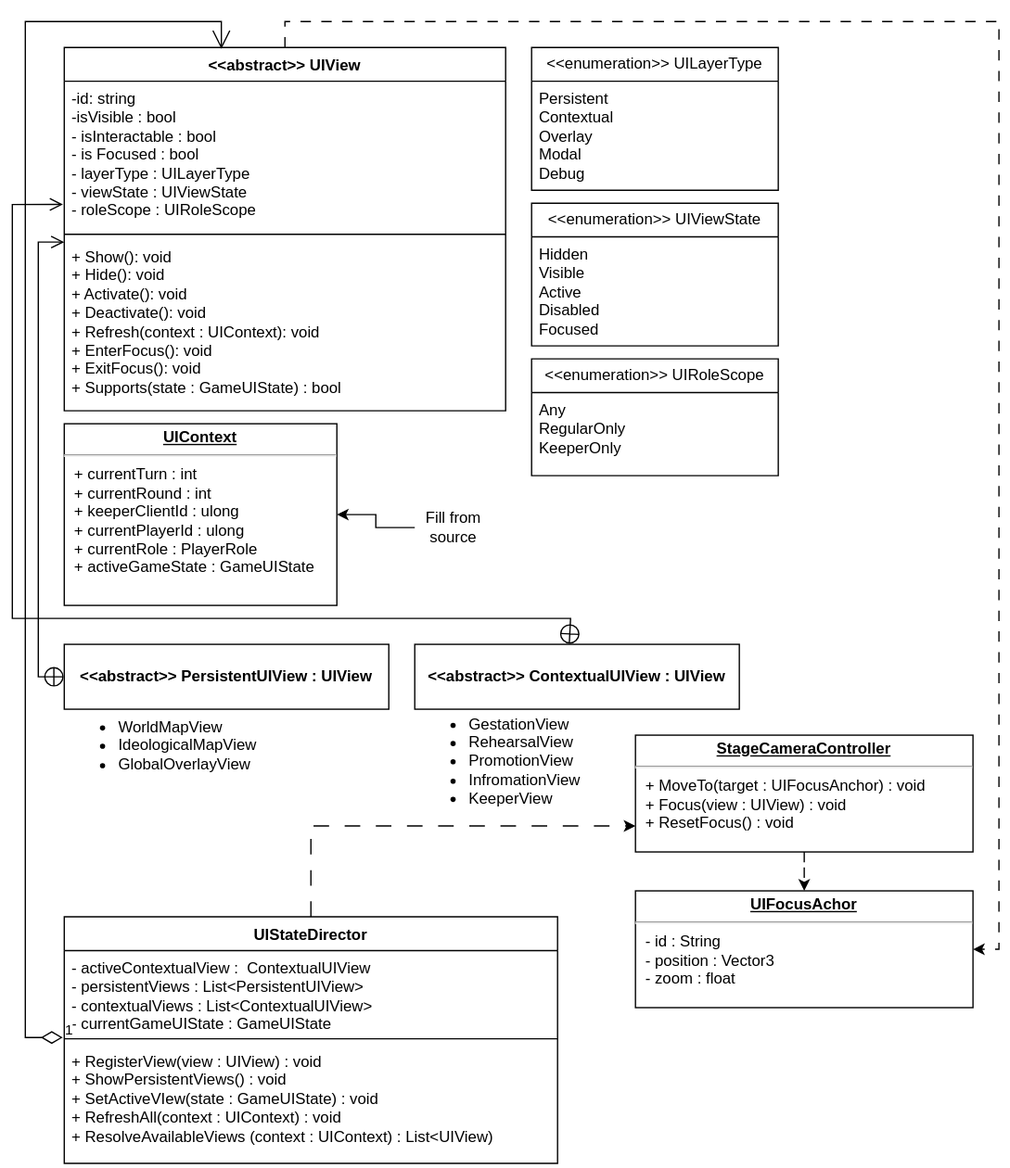
The draw.io diagram TheProspector/Assets/Schematics/UI.svg in SakuNurmiranta/TheProspector, before a commit. Source tidied: cells renumbered, new cells last; positions are measured from the earlier drawing's top-left corner, leaving out a move shared by most shapes. The source it was exported from:
```xml
<mxGraphModel>
  <root>
    <mxCell id="0" />
    <mxCell id="1" parent="0" />
    <mxCell id="2" style="edgeStyle=orthogonalEdgeStyle;rounded=0;jettySize=auto;html=1;dashed=1;dashPattern=8 8;" parent="1" edge="1" source="3" target="30">
      <mxGeometry relative="1" as="geometry">
        <Array as="points">
          <mxPoint x="210" />
          <mxPoint x="760" />
          <mxPoint x="760" y="715" />
        </Array>
      </mxGeometry>
    </mxCell>
    <mxCell id="3" value="&amp;lt;&amp;lt;abstract&amp;gt;&amp;gt; UIView" style="swimlane;fontStyle=1;align=center;verticalAlign=top;horizontal=1;startSize=26;whiteSpace=wrap;html=1;" parent="1" vertex="1">
      <mxGeometry x="40" y="20" width="340" height="280" as="geometry" />
    </mxCell>
    <mxCell id="4" value="-id: string&lt;br&gt;-isVisible : bool&lt;br&gt;- isInteractable : bool&lt;br&gt;- is Focused : bool&lt;br&gt;- layerType : UILayerType&lt;br&gt;- viewState : UIViewState&lt;br&gt;- roleScope : UIRoleScope" style="text;strokeColor=none;fillColor=none;align=left;verticalAlign=top;spacingLeft=4;spacingRight=4;overflow=hidden;points=[[0,0.5],[1,0.5]];portConstraint=eastwest;whiteSpace=wrap;html=1;" parent="3" vertex="1">
      <mxGeometry y="26" width="340" height="114" as="geometry" />
    </mxCell>
    <mxCell id="5" style="line;strokeWidth=1;fillColor=none;align=left;verticalAlign=middle;spacingTop=-1;spacingLeft=3;spacingRight=3;labelPosition=right;strokeColor=inherit;" parent="3" vertex="1">
      <mxGeometry y="140" width="340" height="8" as="geometry" />
    </mxCell>
    <mxCell id="6" value="+ Show(): void&lt;br&gt;+ Hide(): void&lt;br&gt;+ Activate(): void&lt;br&gt;+ Deactivate(): void&lt;br&gt;+ Refresh(context : UIContext): void&lt;br&gt;+ EnterFocus(): void&lt;br&gt;+ ExitFocus(): void&lt;br&gt;+ Supports(state : GameUIState) : bool" style="text;strokeColor=none;fillColor=none;align=left;verticalAlign=top;spacingLeft=4;spacingRight=4;overflow=hidden;whiteSpace=wrap;html=1;" parent="3" vertex="1">
      <mxGeometry y="148" width="340" height="132" as="geometry" />
    </mxCell>
    <mxCell id="7" value="&amp;lt;&amp;lt;enumeration&amp;gt;&amp;gt; UILayerType" style="swimlane;fontStyle=0;horizontal=1;startSize=26;fillColor=none;whiteSpace=wrap;html=1;" parent="1" vertex="1">
      <mxGeometry x="400" y="20" width="190" height="110" as="geometry" />
    </mxCell>
    <mxCell id="8" value="Persistent&lt;br&gt;Contextual&lt;br&gt;Overlay&lt;br&gt;Modal&lt;br&gt;Debug" style="text;strokeColor=none;fillColor=none;align=left;verticalAlign=top;spacingLeft=4;spacingRight=4;overflow=hidden;whiteSpace=wrap;html=1;" parent="7" vertex="1">
      <mxGeometry y="26" width="190" height="84" as="geometry" />
    </mxCell>
    <mxCell id="9" value="&amp;lt;&amp;lt;enumeration&amp;gt;&amp;gt; UIViewState" style="swimlane;fontStyle=0;horizontal=1;startSize=26;fillColor=none;whiteSpace=wrap;html=1;" parent="1" vertex="1">
      <mxGeometry x="400" y="140" width="190" height="110" as="geometry" />
    </mxCell>
    <mxCell id="10" value="Hidden&lt;br&gt;Visible&lt;br&gt;Active&lt;br&gt;Disabled&lt;br&gt;Focused" style="text;strokeColor=none;fillColor=none;align=left;verticalAlign=top;spacingLeft=4;spacingRight=4;overflow=hidden;whiteSpace=wrap;html=1;" parent="9" vertex="1">
      <mxGeometry y="26" width="190" height="84" as="geometry" />
    </mxCell>
    <mxCell id="11" value="&amp;lt;&amp;lt;enumeration&amp;gt;&amp;gt; UIRoleScope" style="swimlane;fontStyle=0;horizontal=1;startSize=26;fillColor=none;whiteSpace=wrap;html=1;" parent="1" vertex="1">
      <mxGeometry x="400" y="260" width="190" height="90" as="geometry" />
    </mxCell>
    <mxCell id="12" value="Any&lt;br&gt;RegularOnly&lt;br&gt;KeeperOnly" style="text;strokeColor=none;fillColor=none;align=left;verticalAlign=top;spacingLeft=4;spacingRight=4;overflow=hidden;whiteSpace=wrap;html=1;" parent="11" vertex="1">
      <mxGeometry y="26" width="190" height="64" as="geometry" />
    </mxCell>
    <mxCell id="13" value="&lt;p style=&quot;margin:0px;margin-top:4px;text-align:center;text-decoration:underline;&quot;&gt;&lt;b&gt;UIContext&lt;/b&gt;&lt;/p&gt;&lt;hr&gt;&lt;p style=&quot;margin:0px;margin-left:8px;&quot;&gt;+ currentTurn : int&lt;/p&gt;&lt;p style=&quot;margin:0px;margin-left:8px;&quot;&gt;+ currentRound : int&lt;/p&gt;&lt;p style=&quot;margin:0px;margin-left:8px;&quot;&gt;+ keeperClientId : ulong&lt;/p&gt;&lt;p style=&quot;margin:0px;margin-left:8px;&quot;&gt;+ currentPlayerId : ulong&lt;/p&gt;&lt;p style=&quot;margin:0px;margin-left:8px;&quot;&gt;+ currentRole : PlayerRole&lt;/p&gt;&lt;p style=&quot;margin:0px;margin-left:8px;&quot;&gt;+ activeGameState : GameUIState&lt;/p&gt;" style="verticalAlign=top;align=left;overflow=fill;fontSize=12;fontFamily=Helvetica;html=1;whiteSpace=wrap;" parent="1" vertex="1">
      <mxGeometry x="40" y="310" width="210" height="140" as="geometry" />
    </mxCell>
    <mxCell id="14" style="edgeStyle=orthogonalEdgeStyle;rounded=0;jettySize=auto;html=1;entryX=1;entryY=0.5;entryDx=0;entryDy=0;" parent="1" edge="1" source="15" target="13">
      <mxGeometry relative="1" as="geometry" />
    </mxCell>
    <mxCell id="15" value="Fill from source" style="text;html=1;strokeColor=none;fillColor=none;align=center;verticalAlign=middle;whiteSpace=wrap;rounded=0;" parent="1" vertex="1">
      <mxGeometry x="310" y="375" width="60" height="30" as="geometry" />
    </mxCell>
    <mxCell id="16" value="&lt;p style=&quot;margin:0px;margin-top:4px;text-align:center;&quot;&gt;&lt;br&gt;&lt;b&gt;&amp;lt;&amp;lt;abstract&amp;gt;&amp;gt; PersistentUIView : UIView&lt;/b&gt;&lt;/p&gt;" style="verticalAlign=top;align=left;overflow=fill;fontSize=12;fontFamily=Helvetica;html=1;whiteSpace=wrap;" parent="1" vertex="1">
      <mxGeometry x="40" y="480" width="250" height="50" as="geometry" />
    </mxCell>
    <mxCell id="17" value="&lt;p style=&quot;margin:0px;margin-top:4px;text-align:center;&quot;&gt;&lt;br&gt;&lt;b&gt;&amp;lt;&amp;lt;abstract&amp;gt;&amp;gt; ContextualUIView : UIView&lt;/b&gt;&lt;/p&gt;" style="verticalAlign=top;align=left;overflow=fill;fontSize=12;fontFamily=Helvetica;html=1;whiteSpace=wrap;" parent="1" vertex="1">
      <mxGeometry x="310" y="480" width="250" height="50" as="geometry" />
    </mxCell>
    <mxCell id="18" value="&lt;ul&gt;&lt;li&gt;WorldMapView&lt;/li&gt;&lt;li&gt;IdeologicalMapView&lt;/li&gt;&lt;li&gt;GlobalOverlayView&lt;/li&gt;&lt;/ul&gt;" style="text;html=1;strokeColor=none;fillColor=none;align=left;verticalAlign=middle;whiteSpace=wrap;rounded=0;" parent="1" vertex="1">
      <mxGeometry x="40" y="530" width="250" height="55.5" as="geometry" />
    </mxCell>
    <mxCell id="19" value="&lt;ul&gt;&lt;li&gt;GestationView&lt;/li&gt;&lt;li&gt;RehearsalView&lt;/li&gt;&lt;li&gt;PromotionView&lt;/li&gt;&lt;li&gt;InfromationView&lt;/li&gt;&lt;li&gt;KeeperView&lt;/li&gt;&lt;/ul&gt;" style="text;html=1;strokeColor=none;fillColor=none;align=left;verticalAlign=middle;whiteSpace=wrap;rounded=0;" parent="1" vertex="1">
      <mxGeometry x="310" y="530" width="250" height="80" as="geometry" />
    </mxCell>
    <mxCell id="20" style="edgeStyle=orthogonalEdgeStyle;rounded=0;jettySize=auto;html=1;dashed=1;dashPattern=12 12;" parent="1" edge="1" source="21" target="29">
      <mxGeometry relative="1" as="geometry">
        <Array as="points">
          <mxPoint x="230" y="620" />
        </Array>
      </mxGeometry>
    </mxCell>
    <mxCell id="21" value="UIStateDirector" style="swimlane;fontStyle=1;align=center;verticalAlign=top;horizontal=1;startSize=26;whiteSpace=wrap;html=1;" parent="1" vertex="1">
      <mxGeometry x="40" y="690" width="380" height="190" as="geometry" />
    </mxCell>
    <mxCell id="22" value="- activeContextualView :&amp;nbsp; ContextualUIView&lt;br&gt;- persistentViews : List&amp;lt;PersistentUIView&amp;gt;&lt;br&gt;- contextualViews : List&amp;lt;ContextualUIView&amp;gt;&lt;br&gt;- currentGameUIState : GameUIState" style="text;strokeColor=none;fillColor=none;align=left;verticalAlign=top;spacingLeft=4;spacingRight=4;overflow=hidden;points=[[0,0.5],[1,0.5]];portConstraint=eastwest;whiteSpace=wrap;html=1;" parent="21" vertex="1">
      <mxGeometry y="26" width="380" height="64" as="geometry" />
    </mxCell>
    <mxCell id="23" style="line;strokeWidth=1;fillColor=none;align=left;verticalAlign=middle;spacingTop=-1;spacingLeft=3;spacingRight=3;labelPosition=right;strokeColor=inherit;" parent="21" vertex="1">
      <mxGeometry y="90" width="380" height="8" as="geometry" />
    </mxCell>
    <mxCell id="24" value="+ RegisterView(view : UIView) : void&lt;br&gt;+ ShowPersistentViews() : void&lt;br&gt;+ SetActiveVIew(state : GameUIState) : void&lt;br&gt;+ RefreshAll(context : UIContext) : void&lt;br&gt;+ ResolveAvailableViews (context : UIContext) : List&amp;lt;UIView)" style="text;strokeColor=none;fillColor=none;align=left;verticalAlign=top;spacingLeft=4;spacingRight=4;overflow=hidden;points=[[0,0.5],[1,0.5]];portConstraint=eastwest;whiteSpace=wrap;html=1;" parent="21" vertex="1">
      <mxGeometry y="98" width="380" height="92" as="geometry" />
    </mxCell>
    <mxCell id="25" value="1" style="endArrow=open;html=1;endSize=12;startArrow=diamondThin;startSize=14;startFill=0;edgeStyle=orthogonalEdgeStyle;align=left;verticalAlign=bottom;rounded=0;exitX=-0.003;exitY=-0.054;exitDx=0;exitDy=0;exitPerimeter=0;entryX=0.356;entryY=0.004;entryDx=0;entryDy=0;entryPerimeter=0;" parent="1" edge="1" source="24" target="3">
      <mxGeometry x="-1" y="3" relative="1" as="geometry">
        <Array as="points">
          <mxPoint x="10" y="783" />
          <mxPoint x="10" />
          <mxPoint x="161" />
        </Array>
      </mxGeometry>
    </mxCell>
    <mxCell id="26" style="endArrow=open;startArrow=circlePlus;endFill=0;startFill=0;endSize=8;html=1;rounded=0;exitX=0;exitY=0.5;exitDx=0;exitDy=0;" parent="1" edge="1" source="16">
      <mxGeometry relative="1" as="geometry">
        <mxPoint x="40" y="170" as="targetPoint" />
        <Array as="points">
          <mxPoint x="20" y="505" />
          <mxPoint x="20" y="330" />
          <mxPoint x="20" y="170" />
        </Array>
      </mxGeometry>
    </mxCell>
    <mxCell id="27" style="endArrow=open;startArrow=circlePlus;endFill=0;startFill=0;endSize=8;html=1;rounded=0;exitX=0.476;exitY=0;exitDx=0;exitDy=0;exitPerimeter=0;entryX=-0.003;entryY=0.833;entryDx=0;entryDy=0;entryPerimeter=0;" parent="1" edge="1" source="17" target="4">
      <mxGeometry relative="1" as="geometry">
        <Array as="points">
          <mxPoint x="430" y="460" />
          <mxPoint y="460" />
          <mxPoint y="141" />
        </Array>
      </mxGeometry>
    </mxCell>
    <mxCell id="28" style="edgeStyle=orthogonalEdgeStyle;rounded=0;jettySize=auto;html=1;dashed=1;dashPattern=8 8;" parent="1" edge="1" source="29" target="30">
      <mxGeometry relative="1" as="geometry" />
    </mxCell>
    <mxCell id="29" value="&lt;p style=&quot;margin:0px;margin-top:4px;text-align:center;text-decoration:underline;&quot;&gt;&lt;b&gt;StageCameraController&lt;/b&gt;&lt;/p&gt;&lt;hr&gt;&lt;p style=&quot;margin:0px;margin-left:8px;&quot;&gt;+ MoveTo(target : UIFocusAnchor) : void&lt;/p&gt;&lt;p style=&quot;margin:0px;margin-left:8px;&quot;&gt;+ Focus(view : UIView) : void&lt;/p&gt;&lt;p style=&quot;margin:0px;margin-left:8px;&quot;&gt;+ ResetFocus() : void&lt;/p&gt;" style="verticalAlign=top;align=left;overflow=fill;fontSize=12;fontFamily=Helvetica;html=1;whiteSpace=wrap;" parent="1" vertex="1">
      <mxGeometry x="480" y="550" width="260" height="90" as="geometry" />
    </mxCell>
    <mxCell id="30" value="&lt;p style=&quot;margin:0px;margin-top:4px;text-align:center;text-decoration:underline;&quot;&gt;&lt;b&gt;UIFocusAchor&lt;/b&gt;&lt;/p&gt;&lt;hr&gt;&lt;p style=&quot;margin:0px;margin-left:8px;&quot;&gt;- id : String&lt;/p&gt;&lt;p style=&quot;margin:0px;margin-left:8px;&quot;&gt;- position : Vector3&lt;/p&gt;&lt;p style=&quot;margin:0px;margin-left:8px;&quot;&gt;- zoom : float&lt;/p&gt;" style="verticalAlign=top;align=left;overflow=fill;fontSize=12;fontFamily=Helvetica;html=1;whiteSpace=wrap;" parent="1" vertex="1">
      <mxGeometry x="480" y="670" width="260" height="90" as="geometry" />
    </mxCell>
  </root>
</mxGraphModel>
```
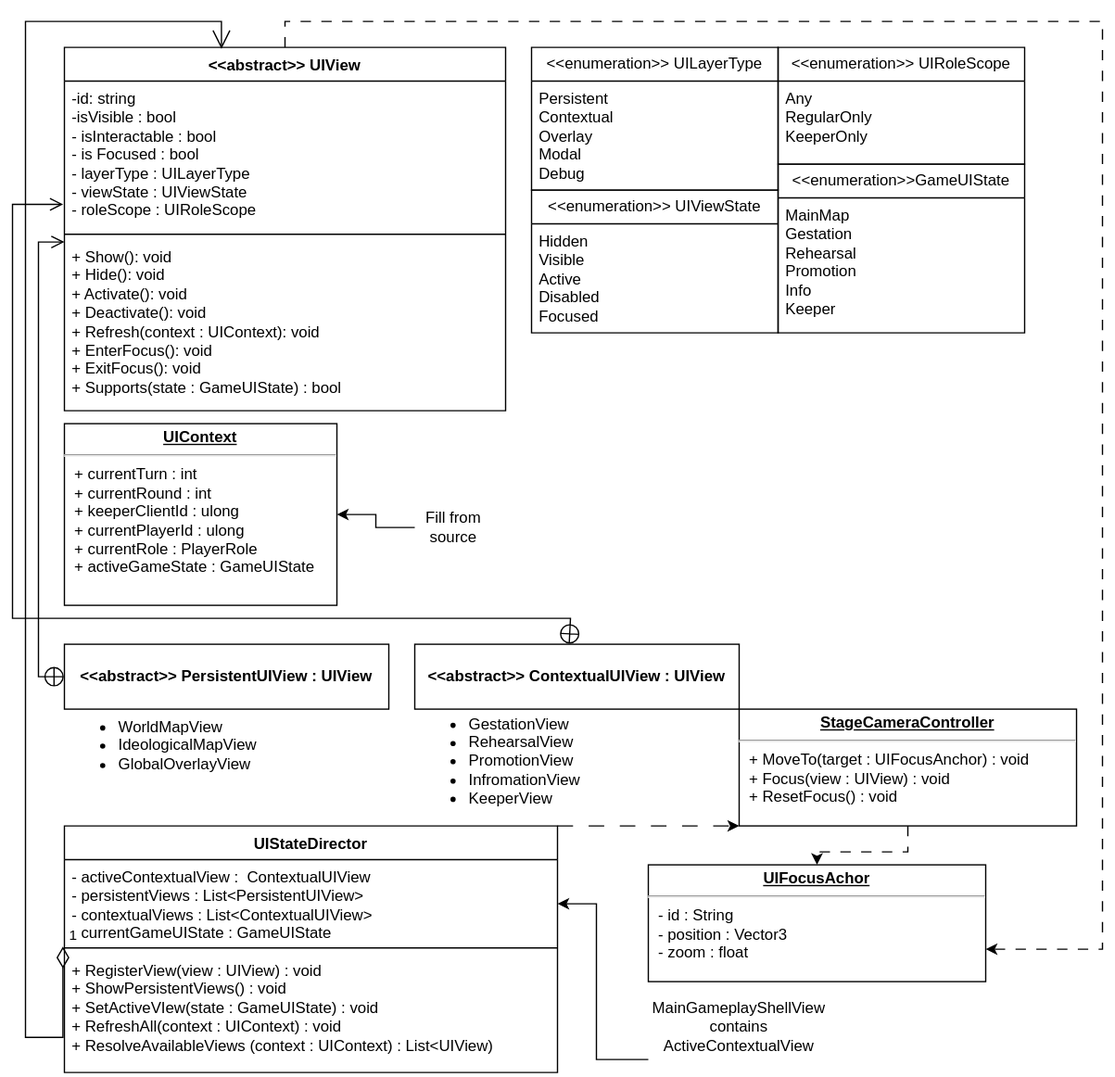
The same file after the commit.

Diff of the diagram source:
```diff
@@ -6,8 +6,8 @@
       <mxGeometry relative="1" as="geometry">
         <Array as="points">
           <mxPoint x="210" />
-          <mxPoint x="760" />
-          <mxPoint x="760" y="715" />
+          <mxPoint x="840" />
+          <mxPoint x="840" y="715" />
         </Array>
       </mxGeometry>
     </mxCell>
@@ -30,13 +30,13 @@
       <mxGeometry y="26" width="190" height="84" as="geometry" />
     </mxCell>
     <mxCell id="9" value="&amp;lt;&amp;lt;enumeration&amp;gt;&amp;gt; UIViewState" style="swimlane;fontStyle=0;horizontal=1;startSize=26;fillColor=none;whiteSpace=wrap;html=1;" parent="1" vertex="1">
-      <mxGeometry x="400" y="140" width="190" height="110" as="geometry" />
+      <mxGeometry x="400" y="130" width="190" height="110" as="geometry" />
     </mxCell>
     <mxCell id="10" value="Hidden&lt;br&gt;Visible&lt;br&gt;Active&lt;br&gt;Disabled&lt;br&gt;Focused" style="text;strokeColor=none;fillColor=none;align=left;verticalAlign=top;spacingLeft=4;spacingRight=4;overflow=hidden;whiteSpace=wrap;html=1;" parent="9" vertex="1">
       <mxGeometry y="26" width="190" height="84" as="geometry" />
     </mxCell>
     <mxCell id="11" value="&amp;lt;&amp;lt;enumeration&amp;gt;&amp;gt; UIRoleScope" style="swimlane;fontStyle=0;horizontal=1;startSize=26;fillColor=none;whiteSpace=wrap;html=1;" parent="1" vertex="1">
-      <mxGeometry x="400" y="260" width="190" height="90" as="geometry" />
+      <mxGeometry x="590" y="20" width="190" height="90" as="geometry" />
     </mxCell>
     <mxCell id="12" value="Any&lt;br&gt;RegularOnly&lt;br&gt;KeeperOnly" style="text;strokeColor=none;fillColor=none;align=left;verticalAlign=top;spacingLeft=4;spacingRight=4;overflow=hidden;whiteSpace=wrap;html=1;" parent="11" vertex="1">
       <mxGeometry y="26" width="190" height="64" as="geometry" />
@@ -70,7 +70,7 @@
       </mxGeometry>
     </mxCell>
     <mxCell id="21" value="UIStateDirector" style="swimlane;fontStyle=1;align=center;verticalAlign=top;horizontal=1;startSize=26;whiteSpace=wrap;html=1;" parent="1" vertex="1">
-      <mxGeometry x="40" y="690" width="380" height="190" as="geometry" />
+      <mxGeometry x="40" y="620" width="380" height="190" as="geometry" />
     </mxCell>
     <mxCell id="22" value="- activeContextualView :&amp;nbsp; ContextualUIView&lt;br&gt;- persistentViews : List&amp;lt;PersistentUIView&amp;gt;&lt;br&gt;- contextualViews : List&amp;lt;ContextualUIView&amp;gt;&lt;br&gt;- currentGameUIState : GameUIState" style="text;strokeColor=none;fillColor=none;align=left;verticalAlign=top;spacingLeft=4;spacingRight=4;overflow=hidden;points=[[0,0.5],[1,0.5]];portConstraint=eastwest;whiteSpace=wrap;html=1;" parent="21" vertex="1">
       <mxGeometry y="26" width="380" height="64" as="geometry" />
@@ -113,10 +113,27 @@
       <mxGeometry relative="1" as="geometry" />
     </mxCell>
     <mxCell id="29" value="&lt;p style=&quot;margin:0px;margin-top:4px;text-align:center;text-decoration:underline;&quot;&gt;&lt;b&gt;StageCameraController&lt;/b&gt;&lt;/p&gt;&lt;hr&gt;&lt;p style=&quot;margin:0px;margin-left:8px;&quot;&gt;+ MoveTo(target : UIFocusAnchor) : void&lt;/p&gt;&lt;p style=&quot;margin:0px;margin-left:8px;&quot;&gt;+ Focus(view : UIView) : void&lt;/p&gt;&lt;p style=&quot;margin:0px;margin-left:8px;&quot;&gt;+ ResetFocus() : void&lt;/p&gt;" style="verticalAlign=top;align=left;overflow=fill;fontSize=12;fontFamily=Helvetica;html=1;whiteSpace=wrap;" parent="1" vertex="1">
-      <mxGeometry x="480" y="550" width="260" height="90" as="geometry" />
+      <mxGeometry x="560" y="530" width="260" height="90" as="geometry" />
     </mxCell>
     <mxCell id="30" value="&lt;p style=&quot;margin:0px;margin-top:4px;text-align:center;text-decoration:underline;&quot;&gt;&lt;b&gt;UIFocusAchor&lt;/b&gt;&lt;/p&gt;&lt;hr&gt;&lt;p style=&quot;margin:0px;margin-left:8px;&quot;&gt;- id : String&lt;/p&gt;&lt;p style=&quot;margin:0px;margin-left:8px;&quot;&gt;- position : Vector3&lt;/p&gt;&lt;p style=&quot;margin:0px;margin-left:8px;&quot;&gt;- zoom : float&lt;/p&gt;" style="verticalAlign=top;align=left;overflow=fill;fontSize=12;fontFamily=Helvetica;html=1;whiteSpace=wrap;" parent="1" vertex="1">
-      <mxGeometry x="480" y="670" width="260" height="90" as="geometry" />
+      <mxGeometry x="490" y="650" width="260" height="90" as="geometry" />
     </mxCell>
+    <mxCell id="31" style="edgeStyle=orthogonalEdgeStyle;rounded=0;jettySize=auto;html=1;" parent="1" edge="1" source="32" target="22">
+      <mxGeometry relative="1" as="geometry">
+        <Array as="points">
+          <mxPoint x="450" y="800" />
+          <mxPoint x="450" y="680" />
+        </Array>
+      </mxGeometry>
+    </mxCell>
+    <mxCell id="32" value="MainGameplayShellView contains ActiveContextualView" style="text;html=1;strokeColor=none;fillColor=none;align=center;verticalAlign=middle;whiteSpace=wrap;rounded=0;" parent="1" vertex="1">
+      <mxGeometry x="490" y="750" width="140" height="50" as="geometry" />
+    </mxCell>
+    <mxCell id="33" value="&amp;lt;&amp;lt;enumeration&amp;gt;&amp;gt;GameUIState" style="swimlane;fontStyle=0;horizontal=1;startSize=26;fillColor=none;whiteSpace=wrap;html=1;" parent="1" vertex="1">
+      <mxGeometry x="590" y="110" width="190" height="130" as="geometry" />
+    </mxCell>
+    <mxCell id="34" value="MainMap&lt;br&gt;Gestation&lt;br&gt;Rehearsal&lt;br&gt;Promotion&lt;br&gt;Info&lt;br&gt;Keeper" style="text;strokeColor=none;fillColor=none;align=left;verticalAlign=top;spacingLeft=4;spacingRight=4;overflow=hidden;whiteSpace=wrap;html=1;" parent="33" vertex="1">
+      <mxGeometry y="26" width="190" height="104" as="geometry" />
+    </mxCell>
   </root>
 </mxGraphModel>
```
